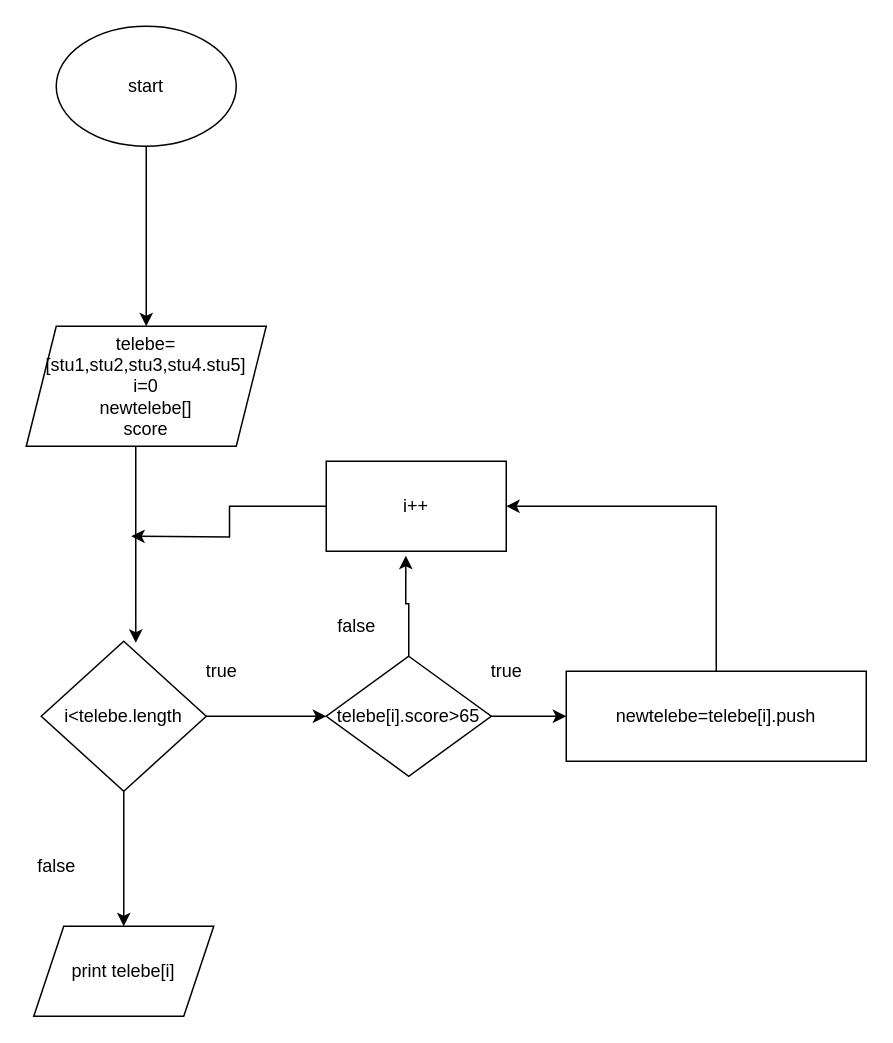
Rufatsb/first keeps this draw.io diagram as elementleritelebearrayindenibaretarray .drawio. Above is the earlier version. Source tidied: cells renumbered, new cells numbered last; positions are measured from the earlier drawing's top-left corner, leaving out a move shared by most shapes. Both pictures are drawn from the tidied source at 150%, with x=0, y=0 at pixel (26, 26).
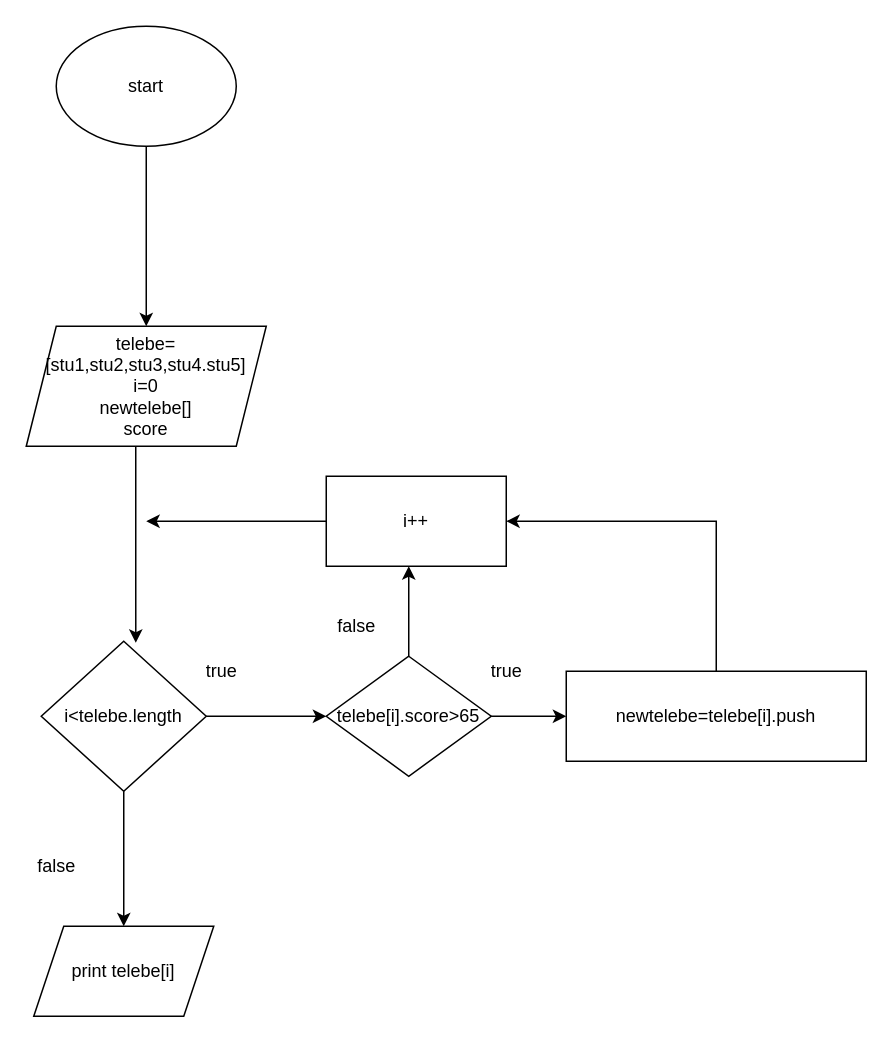
The same page after the edit.

Unchanged cells that the change refers to:
```xml
<mxCell id="13" value="telebe[i].score&amp;gt;65" style="rhombus;whiteSpace=wrap;html=1;" parent="1" vertex="1">
  <mxGeometry x="200" y="420" width="110" height="80" as="geometry" />
</mxCell>
<mxCell id="18" value="newtelebe=telebe[i].push" style="rounded=0;whiteSpace=wrap;html=1;" parent="1" vertex="1">
  <mxGeometry x="360" y="430" width="200" height="60" as="geometry" />
</mxCell>
```

What changed in the source:
```diff
@@
-    <mxCell id="11" style="edgeStyle=orthogonalEdgeStyle;rounded=0;jettySize=auto;html=1;exitX=0.5;exitY=0;exitDx=0;exitDy=0;entryX=0.442;entryY=1.05;entryDx=0;entryDy=0;entryPerimeter=0;" parent="1" edge="1" source="13" target="16">
-      <mxGeometry relative="1" as="geometry">
-        <Array as="points">
-          <mxPoint x="255" y="385" />
-          <mxPoint x="253" y="385" />
-        </Array>
-      </mxGeometry>
-    </mxCell>
@@
+    <mxCell id="21" style="edgeStyle=orthogonalEdgeStyle;rounded=0;jettySize=auto;html=1;exitX=0.5;exitY=0;exitDx=0;exitDy=0;" parent="1" edge="1" source="13">
+      <mxGeometry relative="1" as="geometry">
+        <mxPoint x="255" y="360" as="targetPoint" />
+      </mxGeometry>
+    </mxCell>
@@
-    <mxCell id="15" style="edgeStyle=orthogonalEdgeStyle;rounded=0;jettySize=auto;html=1;" parent="1" edge="1" source="16">
-      <mxGeometry relative="1" as="geometry">
-        <mxPoint x="70" y="340" as="targetPoint" />
-      </mxGeometry>
-    </mxCell>
+    <mxCell id="22" style="edgeStyle=orthogonalEdgeStyle;rounded=0;jettySize=auto;html=1;" parent="1" edge="1" source="16">
+      <mxGeometry relative="1" as="geometry">
+        <mxPoint x="80" y="330" as="targetPoint" />
+      </mxGeometry>
+    </mxCell>
     <mxCell id="16" value="i++" style="rounded=0;whiteSpace=wrap;html=1;" parent="1" vertex="1">
-      <mxGeometry x="200" y="290" width="120" height="60" as="geometry" />
+      <mxGeometry x="200" y="300" width="120" height="60" as="geometry" />
     </mxCell>
     <mxCell id="17" style="edgeStyle=orthogonalEdgeStyle;rounded=0;jettySize=auto;html=1;entryX=1;entryY=0.5;entryDx=0;entryDy=0;" parent="1" edge="1" source="18" target="16">
       <mxGeometry relative="1" as="geometry">
         <Array as="points">
-          <mxPoint x="460" y="320" />
+          <mxPoint x="460" y="330" />
         </Array>
       </mxGeometry>
     </mxCell>
```
